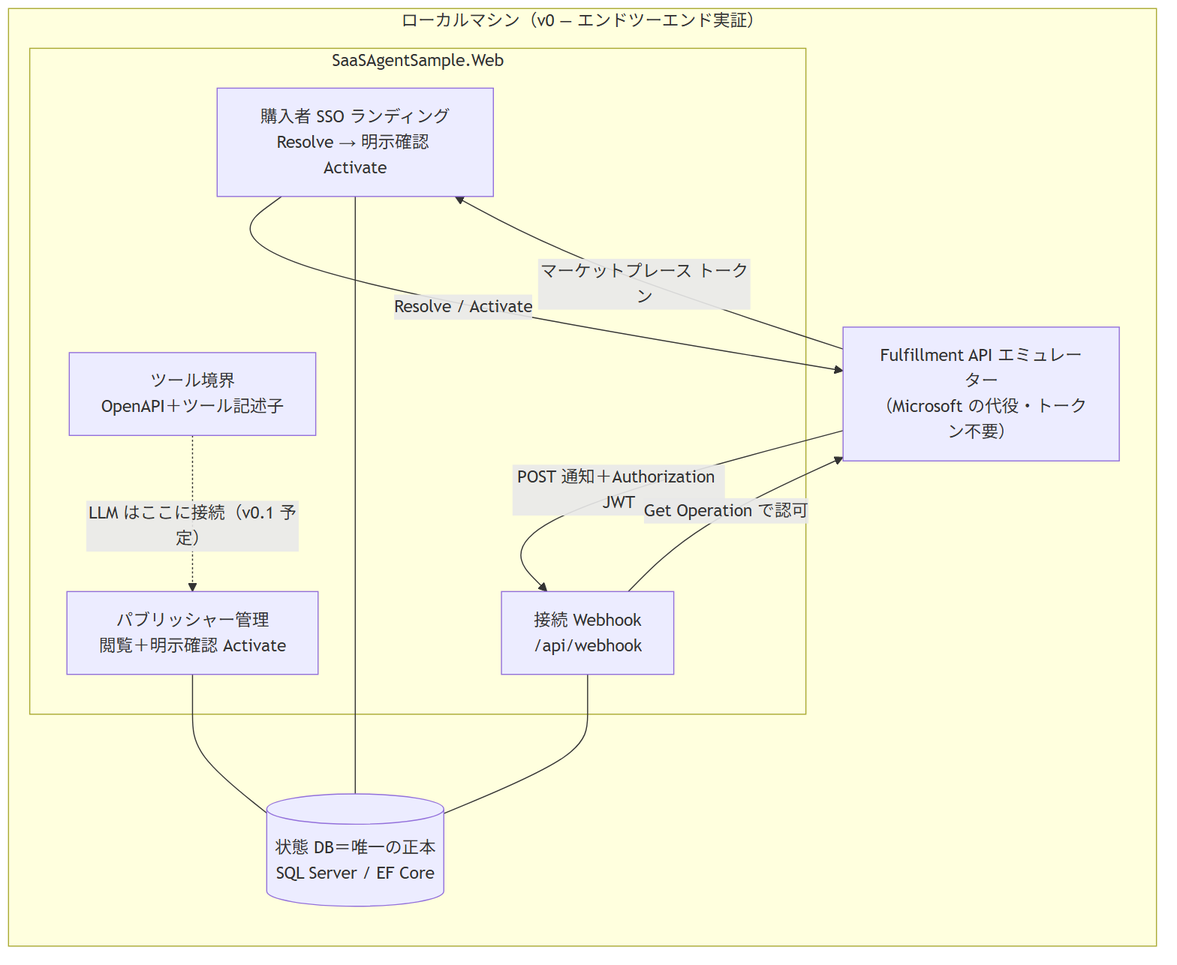
Before: docs/images/ja-architecture.png, a diagram exported from Mermaid (MamoruKuroda/marketplace-saas-agent-sample). Its source is kept beside it as docs/images/ja-architecture.mmd.
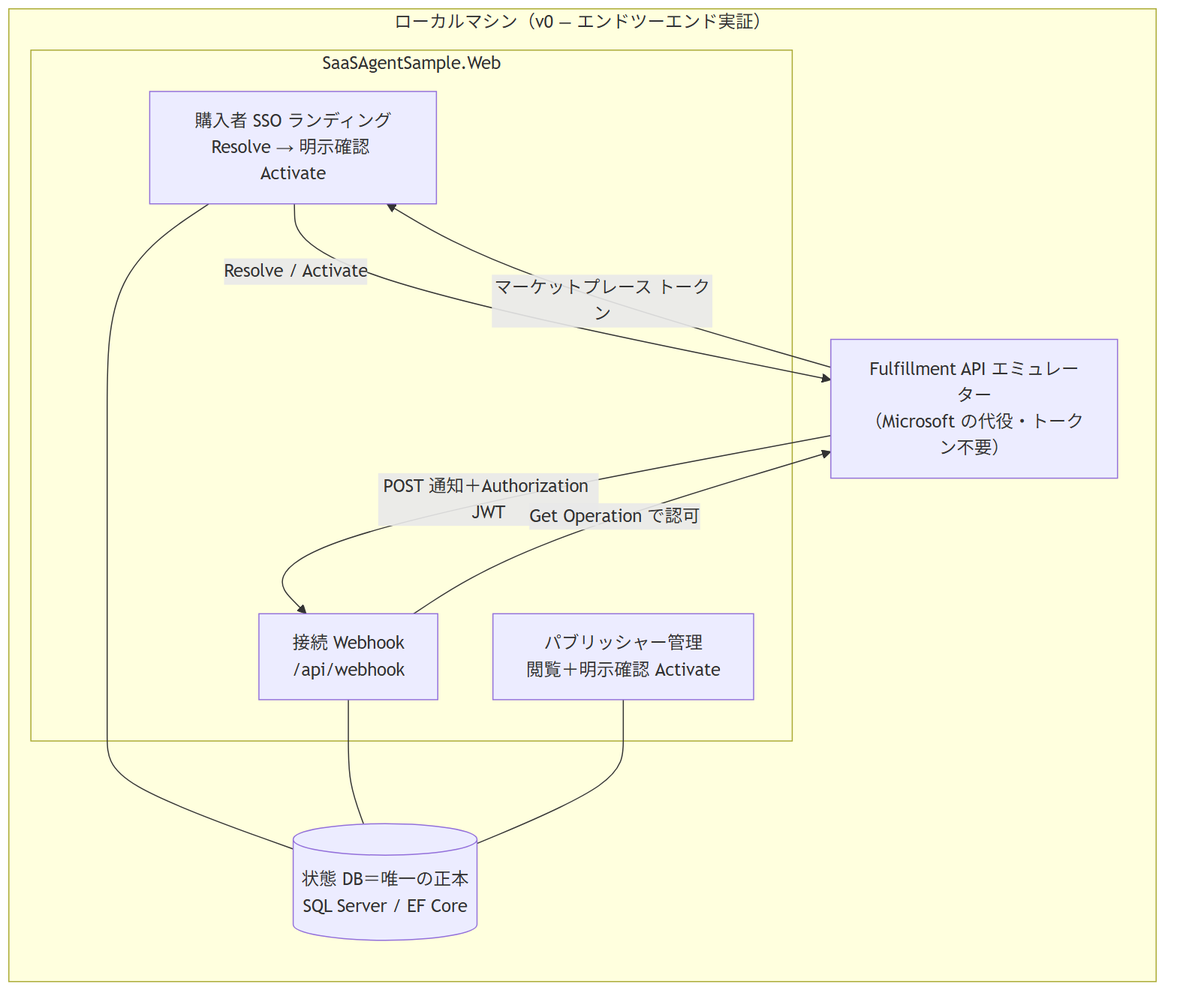
The same file after the commit.

What changed in the source:
```diff
@@ -5,7 +5,6 @@
             LP["購入者 SSO ランディング<br/>Resolve → 明示確認 Activate"]
             WH["接続 Webhook<br/>/api/webhook"]
             ADM["パブリッシャー管理<br/>閲覧＋明示確認 Activate"]
-            TB["ツール境界<br/>OpenAPI＋ツール記述子"]
         end
         DB[("状態 DB＝唯一の正本<br/>SQL Server / EF Core")]
     end
@@ -16,4 +15,3 @@
     LP --- DB
     WH --- DB
     ADM --- DB
-    TB -.->|"LLM はここに接続（v0.1 予定）"| ADM
```
